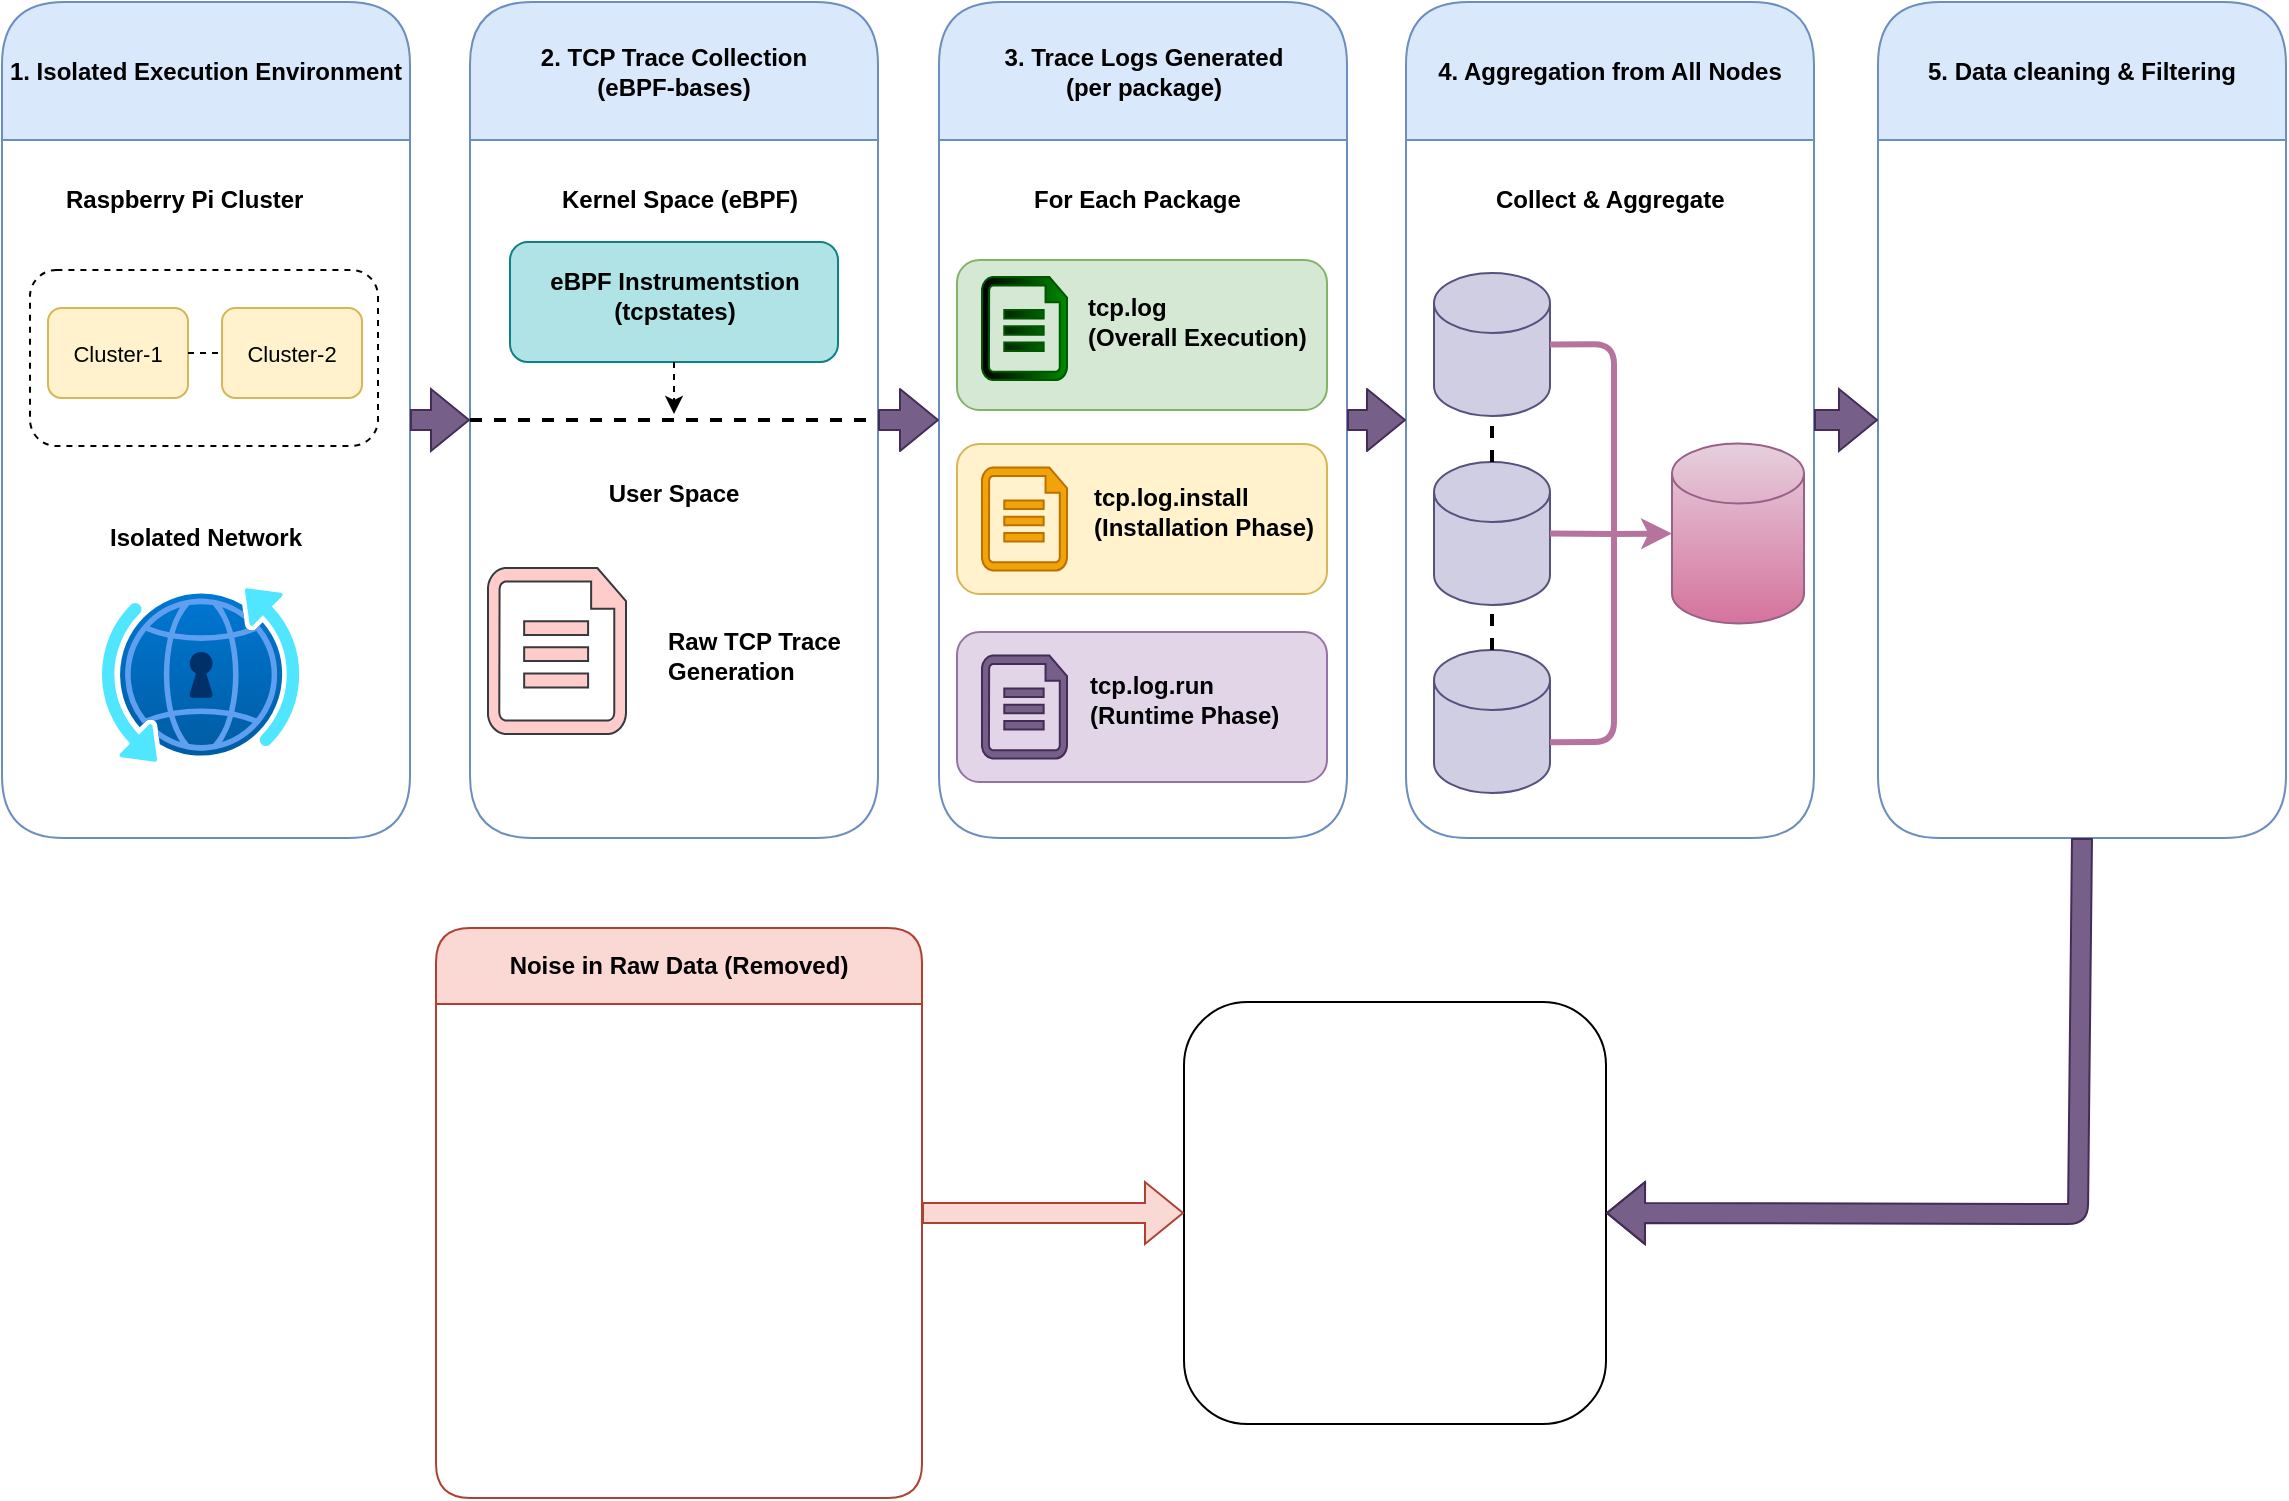
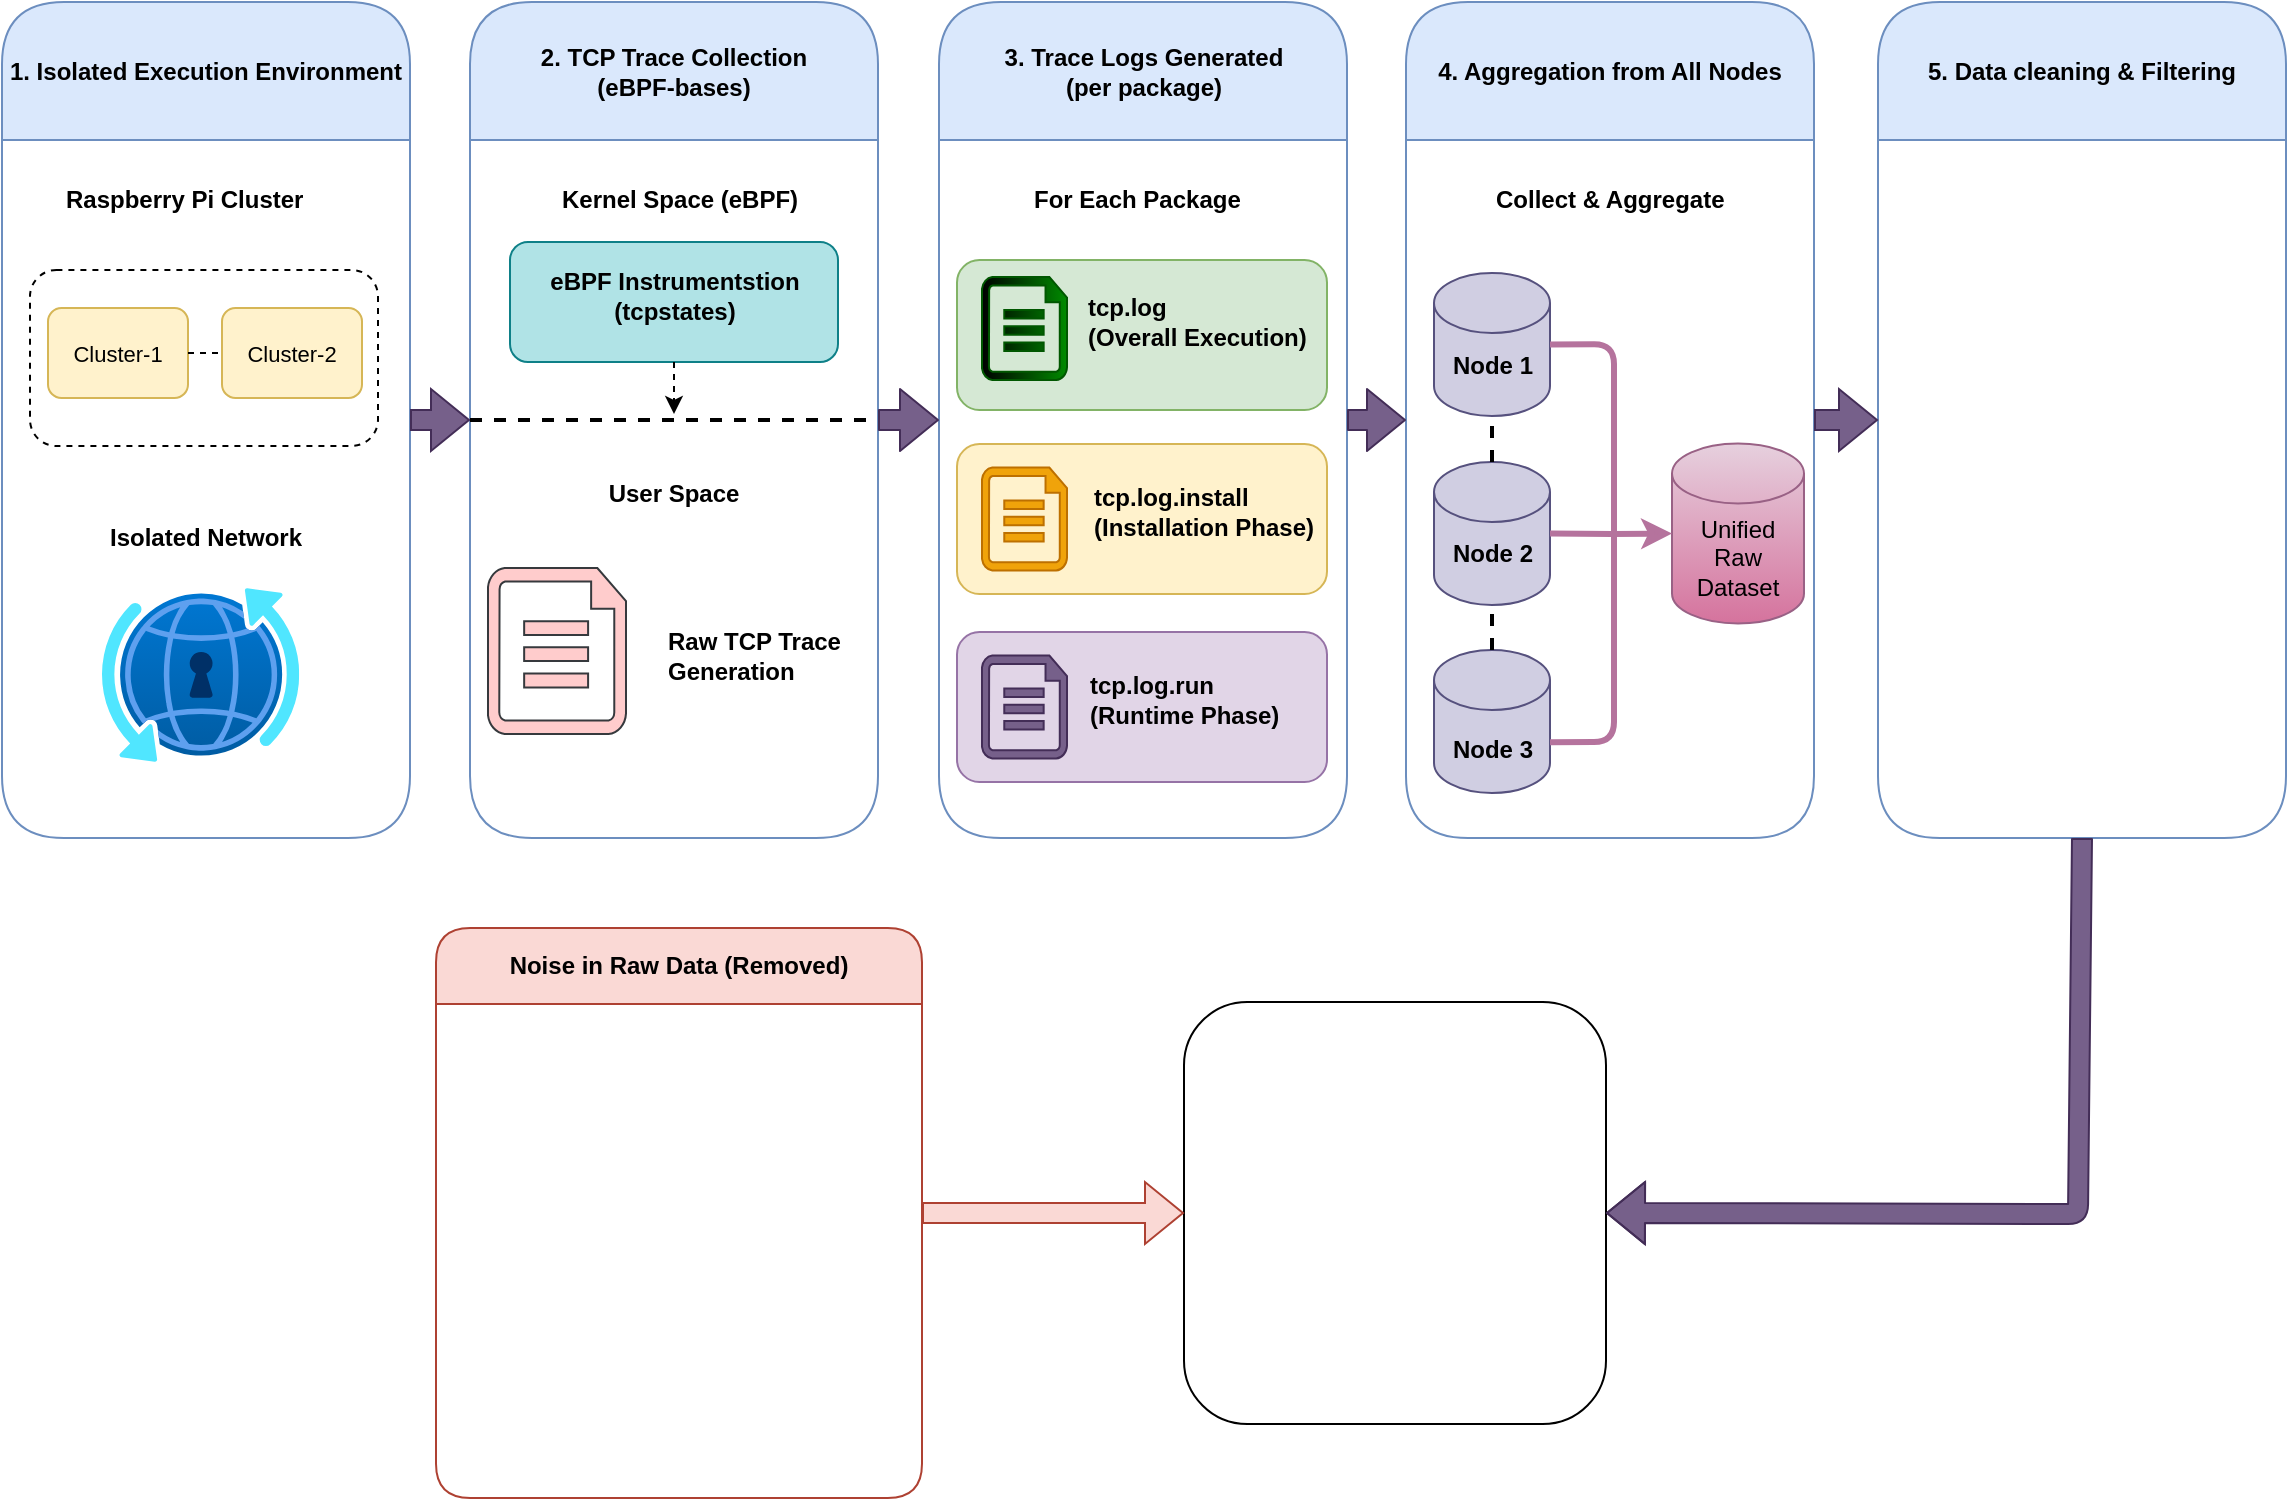
<mxfile host="app.diagrams.net">
  <diagram name="Page-1" id="8kyjSIY6fsYWo43MdOdE">
    <mxGraphModel dx="1406" dy="814" grid="0" gridSize="10" guides="1" tooltips="1" connect="1" arrows="1" fold="1" page="1" pageScale="1" pageWidth="1181" pageHeight="827" background="none" math="0" shadow="0">
      <root>
        <mxCell id="0" />
        <mxCell id="1" parent="0" />
        <mxCell id="yPxf8Ypyw46N0n0ri4En-1" parent="1" style="swimlane;whiteSpace=wrap;html=1;swimlaneFillColor=none;rounded=1;startSize=69;strokeColor=#6c8ebf;fillColor=#dae8fc;" value="1. Isolated Execution Environment" vertex="1">
          <mxGeometry height="418" width="204" x="20" y="29" as="geometry" />
        </mxCell>
        <mxCell id="9OX9V2n5WXdKuxMzRrJa-6" parent="yPxf8Ypyw46N0n0ri4En-1" style="text;strokeColor=none;fillColor=none;align=left;verticalAlign=middle;spacingLeft=4;spacingRight=4;overflow=hidden;points=[[0,0.5],[1,0.5]];portConstraint=eastwest;rotatable=0;whiteSpace=wrap;html=1;" value="&lt;b&gt;Raspberry Pi Cluster&lt;/b&gt;" vertex="1">
          <mxGeometry height="30" width="152" x="26" y="84" as="geometry" />
        </mxCell>
        <mxCell id="9OX9V2n5WXdKuxMzRrJa-7" parent="yPxf8Ypyw46N0n0ri4En-1" style="rounded=1;whiteSpace=wrap;html=1;dashed=1;" value="" vertex="1">
          <mxGeometry height="88" width="174" x="14" y="134" as="geometry" />
        </mxCell>
        <mxCell id="9OX9V2n5WXdKuxMzRrJa-8" parent="yPxf8Ypyw46N0n0ri4En-1" style="rounded=1;whiteSpace=wrap;html=1;fillColor=#fff2cc;strokeColor=#d6b656;" value="" vertex="1">
          <mxGeometry height="45" width="70" x="23" y="153" as="geometry" />
        </mxCell>
        <mxCell id="9OX9V2n5WXdKuxMzRrJa-9" parent="yPxf8Ypyw46N0n0ri4En-1" style="rounded=1;whiteSpace=wrap;html=1;fillColor=#fff2cc;strokeColor=#d6b656;" value="" vertex="1">
          <mxGeometry height="45" width="70" x="110" y="153" as="geometry" />
        </mxCell>
        <mxCell id="9OX9V2n5WXdKuxMzRrJa-10" parent="yPxf8Ypyw46N0n0ri4En-1" style="text;html=1;whiteSpace=wrap;strokeColor=none;fillColor=none;align=center;verticalAlign=middle;rounded=0;" value="&lt;font style=&quot;font-size: 11px;&quot;&gt;Cluster-1&lt;/font&gt;" vertex="1">
          <mxGeometry height="18.5" width="50" x="33" y="166.25" as="geometry" />
        </mxCell>
        <mxCell id="9OX9V2n5WXdKuxMzRrJa-11" parent="yPxf8Ypyw46N0n0ri4En-1" style="text;html=1;whiteSpace=wrap;strokeColor=none;fillColor=none;align=center;verticalAlign=middle;rounded=0;" value="&lt;font style=&quot;font-size: 11px;&quot;&gt;Cluster-2&lt;/font&gt;" vertex="1">
          <mxGeometry height="18.5" width="50" x="120" y="166.25" as="geometry" />
        </mxCell>
        <mxCell id="9OX9V2n5WXdKuxMzRrJa-12" edge="1" parent="yPxf8Ypyw46N0n0ri4En-1" source="9OX9V2n5WXdKuxMzRrJa-8" style="endArrow=none;html=1;rounded=0;exitX=1;exitY=0.5;exitDx=0;exitDy=0;entryX=0;entryY=0.5;entryDx=0;entryDy=0;dashed=1;" target="9OX9V2n5WXdKuxMzRrJa-9" value="">
          <mxGeometry height="50" relative="1" width="50" as="geometry">
            <mxPoint x="545" y="408" as="sourcePoint" />
            <mxPoint x="595" y="358" as="targetPoint" />
          </mxGeometry>
        </mxCell>
        <mxCell id="9OX9V2n5WXdKuxMzRrJa-14" parent="yPxf8Ypyw46N0n0ri4En-1" style="text;strokeColor=none;fillColor=none;align=left;verticalAlign=middle;spacingLeft=4;spacingRight=4;overflow=hidden;points=[[0,0.5],[1,0.5]];portConstraint=eastwest;rotatable=0;whiteSpace=wrap;html=1;" value="&lt;b&gt;Isolated Network&lt;/b&gt;" vertex="1">
          <mxGeometry height="30" width="109" x="47.5" y="253" as="geometry" />
        </mxCell>
        <mxCell id="9OX9V2n5WXdKuxMzRrJa-15" parent="yPxf8Ypyw46N0n0ri4En-1" style="image;aspect=fixed;html=1;points=[];align=center;fontSize=12;image=img/lib/azure2/networking/DNS_Private_Resolver.svg;" value="" vertex="1">
          <mxGeometry height="87" width="98.6" x="50" y="293" as="geometry" />
        </mxCell>
        <mxCell id="yPxf8Ypyw46N0n0ri4En-4" parent="1" style="swimlane;whiteSpace=wrap;html=1;swimlaneFillColor=none;rounded=1;startSize=69;strokeColor=#6c8ebf;fillColor=#dae8fc;" value="2. TCP Trace Collection&lt;div&gt;(eBPF-bases)&lt;/div&gt;" vertex="1">
          <mxGeometry height="418" width="204" x="254" y="29" as="geometry" />
        </mxCell>
        <mxCell id="9OX9V2n5WXdKuxMzRrJa-16" parent="yPxf8Ypyw46N0n0ri4En-4" style="text;strokeColor=none;fillColor=none;align=left;verticalAlign=middle;spacingLeft=4;spacingRight=4;overflow=hidden;points=[[0,0.5],[1,0.5]];portConstraint=eastwest;rotatable=0;whiteSpace=wrap;html=1;" value="&lt;b&gt;Kernel Space (eBPF)&lt;/b&gt;" vertex="1">
          <mxGeometry height="30" width="134" x="40" y="84" as="geometry" />
        </mxCell>
        <mxCell id="9OX9V2n5WXdKuxMzRrJa-20" parent="yPxf8Ypyw46N0n0ri4En-4" style="rounded=1;whiteSpace=wrap;html=1;fillColor=#b0e3e6;strokeColor=#0e8088;" value="" vertex="1">
          <mxGeometry height="60" width="164" x="20" y="120" as="geometry" />
        </mxCell>
        <mxCell id="9OX9V2n5WXdKuxMzRrJa-22" parent="yPxf8Ypyw46N0n0ri4En-4" style="text;html=1;whiteSpace=wrap;strokeColor=none;fillColor=none;align=center;verticalAlign=middle;rounded=0;" value="&lt;b&gt;eBPF Instrumentstion&lt;/b&gt;&lt;div&gt;&lt;b&gt;(tcpstates)&lt;/b&gt;&lt;/div&gt;" vertex="1">
          <mxGeometry height="35" width="133" x="35.5" y="129" as="geometry" />
        </mxCell>
        <mxCell id="9OX9V2n5WXdKuxMzRrJa-23" parent="yPxf8Ypyw46N0n0ri4En-4" style="text;html=1;whiteSpace=wrap;strokeColor=none;fillColor=none;align=center;verticalAlign=middle;rounded=0;" value="&lt;b&gt;User Space&lt;/b&gt;" vertex="1">
          <mxGeometry height="30" width="122" x="41" y="231" as="geometry" />
        </mxCell>
        <mxCell id="9OX9V2n5WXdKuxMzRrJa-24" parent="yPxf8Ypyw46N0n0ri4En-4" style="verticalLabelPosition=bottom;html=1;verticalAlign=top;align=center;shape=mxgraph.azure.cloud_services_configuration_file;pointerEvents=1;fillColor=#ffcccc;strokeColor=#36393d;" value="" vertex="1">
          <mxGeometry height="83" width="69" x="9" y="283" as="geometry" />
        </mxCell>
        <mxCell id="9OX9V2n5WXdKuxMzRrJa-26" parent="yPxf8Ypyw46N0n0ri4En-4" style="text;strokeColor=none;fillColor=none;align=left;verticalAlign=middle;spacingLeft=4;spacingRight=4;overflow=hidden;points=[[0,0.5],[1,0.5]];portConstraint=eastwest;rotatable=0;whiteSpace=wrap;html=1;" value="&lt;b&gt;Raw TCP Trace&lt;/b&gt;&lt;div&gt;&lt;b&gt;Generation&lt;/b&gt;&lt;/div&gt;" vertex="1">
          <mxGeometry height="74" width="99" x="93" y="290" as="geometry" />
        </mxCell>
        <mxCell id="yPxf8Ypyw46N0n0ri4En-5" parent="1" style="swimlane;whiteSpace=wrap;html=1;swimlaneFillColor=none;rounded=1;startSize=69;strokeColor=#6c8ebf;fillColor=#dae8fc;" value="3. Trace Logs Generated&lt;div&gt;(per package)&lt;/div&gt;" vertex="1">
          <mxGeometry height="418" width="204" x="488.5" y="29" as="geometry" />
        </mxCell>
        <mxCell id="9OX9V2n5WXdKuxMzRrJa-17" parent="yPxf8Ypyw46N0n0ri4En-5" style="text;strokeColor=none;fillColor=none;align=left;verticalAlign=middle;spacingLeft=4;spacingRight=4;overflow=hidden;points=[[0,0.5],[1,0.5]];portConstraint=eastwest;rotatable=0;whiteSpace=wrap;html=1;" value="&lt;b&gt;For Each Package&lt;/b&gt;" vertex="1">
          <mxGeometry height="30" width="121.5" x="41.5" y="84" as="geometry" />
        </mxCell>
        <mxCell id="9OX9V2n5WXdKuxMzRrJa-27" parent="yPxf8Ypyw46N0n0ri4En-5" style="rounded=1;whiteSpace=wrap;html=1;fillColor=#d5e8d4;strokeColor=#82b366;" value="" vertex="1">
          <mxGeometry height="75" width="185" x="9" y="129" as="geometry" />
        </mxCell>
        <mxCell id="9OX9V2n5WXdKuxMzRrJa-28" parent="yPxf8Ypyw46N0n0ri4En-5" style="rounded=1;whiteSpace=wrap;html=1;fillColor=#fff2cc;strokeColor=#d6b656;" value="" vertex="1">
          <mxGeometry height="75" width="185" x="9" y="221" as="geometry" />
        </mxCell>
        <mxCell id="9OX9V2n5WXdKuxMzRrJa-29" parent="yPxf8Ypyw46N0n0ri4En-5" style="rounded=1;whiteSpace=wrap;html=1;fillColor=#e1d5e7;strokeColor=#9673a6;" value="" vertex="1">
          <mxGeometry height="75" width="185" x="9" y="315" as="geometry" />
        </mxCell>
        <mxCell id="9OX9V2n5WXdKuxMzRrJa-31" parent="yPxf8Ypyw46N0n0ri4En-5" style="verticalLabelPosition=bottom;html=1;verticalAlign=top;align=center;strokeColor=#005700;fillColor=#008a00;shape=mxgraph.azure.cloud_services_configuration_file;pointerEvents=1;fontColor=#ffffff;shadow=0;gradientColor=default;gradientDirection=west;" value="" vertex="1">
          <mxGeometry height="51.5" width="42.5" x="21.5" y="137.5" as="geometry" />
        </mxCell>
        <mxCell id="9OX9V2n5WXdKuxMzRrJa-32" parent="yPxf8Ypyw46N0n0ri4En-5" style="verticalLabelPosition=bottom;html=1;verticalAlign=top;align=center;strokeColor=#BD7000;fillColor=#f0a30a;shape=mxgraph.azure.cloud_services_configuration_file;pointerEvents=1;fontColor=#000000;shadow=0;gradientDirection=west;" value="" vertex="1">
          <mxGeometry height="51.5" width="42.5" x="21.5" y="232.75" as="geometry" />
        </mxCell>
        <mxCell id="9OX9V2n5WXdKuxMzRrJa-33" parent="yPxf8Ypyw46N0n0ri4En-5" style="verticalLabelPosition=bottom;html=1;verticalAlign=top;align=center;strokeColor=#432D57;fillColor=#76608a;shape=mxgraph.azure.cloud_services_configuration_file;pointerEvents=1;fontColor=#ffffff;shadow=0;gradientDirection=west;" value="" vertex="1">
          <mxGeometry height="51.5" width="42.5" x="21.5" y="326.75" as="geometry" />
        </mxCell>
        <mxCell id="9OX9V2n5WXdKuxMzRrJa-34" parent="yPxf8Ypyw46N0n0ri4En-5" style="text;strokeColor=none;fillColor=none;align=left;verticalAlign=middle;spacingLeft=4;spacingRight=4;overflow=hidden;points=[[0,0.5],[1,0.5]];portConstraint=eastwest;rotatable=0;whiteSpace=wrap;html=1;" value="&lt;b&gt;tcp.log&lt;/b&gt;&lt;div&gt;&lt;b&gt;(Overall Execution)&lt;/b&gt;&lt;/div&gt;" vertex="1">
          <mxGeometry height="44" width="122" x="68" y="137.5" as="geometry" />
        </mxCell>
        <mxCell id="9OX9V2n5WXdKuxMzRrJa-35" parent="yPxf8Ypyw46N0n0ri4En-5" style="text;strokeColor=none;fillColor=none;align=left;verticalAlign=middle;spacingLeft=4;spacingRight=4;overflow=hidden;points=[[0,0.5],[1,0.5]];portConstraint=eastwest;rotatable=0;whiteSpace=wrap;html=1;" value="&lt;b&gt;tcp.log.install&lt;/b&gt;&lt;div&gt;&lt;b&gt;(Installation Phase)&lt;/b&gt;&lt;/div&gt;" vertex="1">
          <mxGeometry height="44" width="121" x="71" y="232.75" as="geometry" />
        </mxCell>
        <mxCell id="9OX9V2n5WXdKuxMzRrJa-36" parent="yPxf8Ypyw46N0n0ri4En-5" style="text;strokeColor=none;fillColor=none;align=left;verticalAlign=middle;spacingLeft=4;spacingRight=4;overflow=hidden;points=[[0,0.5],[1,0.5]];portConstraint=eastwest;rotatable=0;whiteSpace=wrap;html=1;" value="&lt;b&gt;tcp.log.run&lt;/b&gt;&lt;div&gt;&lt;b&gt;(Runtime Phase)&lt;/b&gt;&lt;/div&gt;" vertex="1">
          <mxGeometry height="44" width="119" x="69" y="326.75" as="geometry" />
        </mxCell>
        <mxCell id="yPxf8Ypyw46N0n0ri4En-6" parent="1" style="swimlane;whiteSpace=wrap;html=1;swimlaneFillColor=none;rounded=1;startSize=69;strokeColor=#6c8ebf;fillColor=#dae8fc;" value="4. Aggregation from All Nodes" vertex="1">
          <mxGeometry height="418" width="204" x="722" y="29" as="geometry" />
        </mxCell>
        <mxCell id="9OX9V2n5WXdKuxMzRrJa-37" parent="yPxf8Ypyw46N0n0ri4En-6" style="text;strokeColor=none;fillColor=none;align=left;verticalAlign=middle;spacingLeft=4;spacingRight=4;overflow=hidden;points=[[0,0.5],[1,0.5]];portConstraint=eastwest;rotatable=0;whiteSpace=wrap;html=1;" value="&lt;b&gt;Collect &amp;amp; Aggregate&lt;/b&gt;" vertex="1">
          <mxGeometry height="30" width="125.75" x="39.13" y="84" as="geometry" />
        </mxCell>
        <mxCell id="9OX9V2n5WXdKuxMzRrJa-38" parent="yPxf8Ypyw46N0n0ri4En-6" style="shape=cylinder3;whiteSpace=wrap;html=1;boundedLbl=1;backgroundOutline=1;size=15;fillColor=#d0cee2;strokeColor=#56517e;" value="" vertex="1">
          <mxGeometry height="71.5" width="58" x="14" y="135.5" as="geometry" />
        </mxCell>
        <mxCell id="9OX9V2n5WXdKuxMzRrJa-44" parent="yPxf8Ypyw46N0n0ri4En-6" style="shape=cylinder3;whiteSpace=wrap;html=1;boundedLbl=1;backgroundOutline=1;size=15;fillColor=#d0cee2;strokeColor=#56517e;" value="" vertex="1">
          <mxGeometry height="71.5" width="58" x="14" y="230" as="geometry" />
        </mxCell>
        <mxCell id="9OX9V2n5WXdKuxMzRrJa-45" parent="yPxf8Ypyw46N0n0ri4En-6" style="shape=cylinder3;whiteSpace=wrap;html=1;boundedLbl=1;backgroundOutline=1;size=15;fillColor=#d0cee2;strokeColor=#56517e;" value="" vertex="1">
          <mxGeometry height="71.5" width="58" x="14" y="324" as="geometry" />
        </mxCell>
        <mxCell id="9OX9V2n5WXdKuxMzRrJa-46" edge="1" parent="yPxf8Ypyw46N0n0ri4En-6" source="9OX9V2n5WXdKuxMzRrJa-44" style="endArrow=none;html=1;rounded=0;entryX=0.5;entryY=1;entryDx=0;entryDy=0;entryPerimeter=0;exitX=0.5;exitY=0;exitDx=0;exitDy=0;exitPerimeter=0;dashed=1;strokeWidth=2;" target="9OX9V2n5WXdKuxMzRrJa-38" value="">
          <mxGeometry height="50" relative="1" width="50" as="geometry">
            <mxPoint x="-154" y="387" as="sourcePoint" />
            <mxPoint x="-104" y="337" as="targetPoint" />
          </mxGeometry>
        </mxCell>
        <mxCell id="9OX9V2n5WXdKuxMzRrJa-47" edge="1" parent="yPxf8Ypyw46N0n0ri4En-6" source="9OX9V2n5WXdKuxMzRrJa-45" style="endArrow=none;html=1;rounded=0;entryX=0.5;entryY=1;entryDx=0;entryDy=0;entryPerimeter=0;exitX=0.5;exitY=0;exitDx=0;exitDy=0;exitPerimeter=0;dashed=1;strokeWidth=2;" target="9OX9V2n5WXdKuxMzRrJa-44" value="">
          <mxGeometry height="50" relative="1" width="50" as="geometry">
            <mxPoint x="-154" y="387" as="sourcePoint" />
            <mxPoint x="-104" y="337" as="targetPoint" />
          </mxGeometry>
        </mxCell>
        <mxCell id="9OX9V2n5WXdKuxMzRrJa-48" parent="yPxf8Ypyw46N0n0ri4En-6" style="shape=cylinder3;whiteSpace=wrap;html=1;boundedLbl=1;backgroundOutline=1;size=15;fillColor=#e6d0de;strokeColor=#996185;gradientColor=#d5739d;" value="" vertex="1">
          <mxGeometry height="90" width="66" x="133" y="220.75" as="geometry" />
        </mxCell>
        <mxCell id="9OX9V2n5WXdKuxMzRrJa-49" edge="1" parent="yPxf8Ypyw46N0n0ri4En-6" source="9OX9V2n5WXdKuxMzRrJa-45" style="endArrow=none;html=1;rounded=1;entryX=1;entryY=0.5;entryDx=0;entryDy=0;entryPerimeter=0;exitX=1;exitY=0;exitDx=0;exitDy=46.125;exitPerimeter=0;strokeWidth=3;curved=0;strokeColor=#B5739D;" target="9OX9V2n5WXdKuxMzRrJa-38" value="">
          <mxGeometry height="50" relative="1" width="50" as="geometry">
            <Array as="points">
              <mxPoint x="104" y="370" />
              <mxPoint x="104" y="171" />
            </Array>
            <mxPoint x="-154" y="387" as="sourcePoint" />
            <mxPoint x="-104" y="337" as="targetPoint" />
          </mxGeometry>
        </mxCell>
        <mxCell id="9OX9V2n5WXdKuxMzRrJa-54" edge="1" parent="yPxf8Ypyw46N0n0ri4En-6" source="9OX9V2n5WXdKuxMzRrJa-44" style="endArrow=none;html=1;rounded=0;exitX=1;exitY=0.5;exitDx=0;exitDy=0;exitPerimeter=0;strokeWidth=3;strokeColor=#B5739D;" value="">
          <mxGeometry height="50" relative="1" width="50" as="geometry">
            <mxPoint x="-154" y="389" as="sourcePoint" />
            <mxPoint x="103" y="266" as="targetPoint" />
          </mxGeometry>
        </mxCell>
+         <mxCell id="9OX9V2n5WXdKuxMzRrJa-56" parent="yPxf8Ypyw46N0n0ri4En-6" style="text;html=1;whiteSpace=wrap;strokeColor=none;fillColor=none;align=center;verticalAlign=middle;rounded=0;" value="&lt;b&gt;Node 1&lt;/b&gt;" vertex="1">
+           <mxGeometry height="24.5" width="47" x="19.5" y="170" as="geometry" />
+         </mxCell>
+         <mxCell id="9OX9V2n5WXdKuxMzRrJa-57" parent="yPxf8Ypyw46N0n0ri4En-6" style="text;html=1;whiteSpace=wrap;strokeColor=none;fillColor=none;align=center;verticalAlign=middle;rounded=0;" value="&lt;b&gt;Node 2&lt;/b&gt;" vertex="1">
+           <mxGeometry height="24.5" width="47" x="19.5" y="264" as="geometry" />
+         </mxCell>
+         <mxCell id="9OX9V2n5WXdKuxMzRrJa-58" parent="yPxf8Ypyw46N0n0ri4En-6" style="text;html=1;whiteSpace=wrap;strokeColor=none;fillColor=none;align=center;verticalAlign=middle;rounded=0;" value="&lt;b&gt;Node 3&lt;/b&gt;" vertex="1">
+           <mxGeometry height="24.5" width="47" x="19.5" y="362" as="geometry" />
+         </mxCell>
+         <mxCell id="9OX9V2n5WXdKuxMzRrJa-59" parent="yPxf8Ypyw46N0n0ri4En-6" style="text;html=1;whiteSpace=wrap;strokeColor=none;fillColor=none;align=center;verticalAlign=middle;rounded=0;" value="Unified&lt;div&gt;Raw Dataset&lt;/div&gt;" vertex="1">
+           <mxGeometry height="47.25" width="52" x="140" y="254.25" as="geometry" />
+         </mxCell>
        <mxCell id="yPxf8Ypyw46N0n0ri4En-7" parent="1" style="swimlane;whiteSpace=wrap;html=1;swimlaneFillColor=none;rounded=1;startSize=69;strokeColor=#6c8ebf;fillColor=#dae8fc;" value="5. Data cleaning &amp;amp; Filtering" vertex="1">
          <mxGeometry height="418" width="204" x="958" y="29" as="geometry" />
        </mxCell>
        <mxCell id="yPxf8Ypyw46N0n0ri4En-8" parent="1" style="whiteSpace=wrap;html=1;aspect=fixed;rounded=1;strokeWidth=1;" value="" vertex="1">
          <mxGeometry height="211" width="211" x="611" y="529" as="geometry" />
        </mxCell>
        <mxCell id="yPxf8Ypyw46N0n0ri4En-9" edge="1" parent="1" source="yPxf8Ypyw46N0n0ri4En-7" style="endArrow=classic;html=1;rounded=1;exitX=0.5;exitY=1;exitDx=0;exitDy=0;entryX=1;entryY=0.5;entryDx=0;entryDy=0;shape=flexArrow;strokeWidth=1;strokeColor=#432D57;fillColor=#76608a;" target="yPxf8Ypyw46N0n0ri4En-8" value="">
          <mxGeometry height="50" relative="1" width="50" as="geometry">
            <Array as="points">
              <mxPoint x="1058" y="635" />
            </Array>
            <mxPoint x="567" y="544" as="sourcePoint" />
            <mxPoint x="617" y="494" as="targetPoint" />
          </mxGeometry>
        </mxCell>
        <mxCell id="yPxf8Ypyw46N0n0ri4En-10" edge="1" parent="1" source="yPxf8Ypyw46N0n0ri4En-4" style="endArrow=classic;html=1;rounded=1;exitX=1;exitY=0.5;exitDx=0;exitDy=0;entryX=0;entryY=0.5;entryDx=0;entryDy=0;shape=flexArrow;fillColor=#76608a;strokeColor=#432D57;" target="yPxf8Ypyw46N0n0ri4En-5" value="">
          <mxGeometry height="50" relative="1" width="50" as="geometry">
            <mxPoint x="567" y="444" as="sourcePoint" />
            <mxPoint x="617" y="394" as="targetPoint" />
          </mxGeometry>
        </mxCell>
        <mxCell id="9OX9V2n5WXdKuxMzRrJa-1" edge="1" parent="1" source="yPxf8Ypyw46N0n0ri4En-5" style="endArrow=classic;html=1;rounded=1;exitX=1;exitY=0.5;exitDx=0;exitDy=0;entryX=0;entryY=0.5;entryDx=0;entryDy=0;shape=flexArrow;fillColor=#76608a;strokeColor=#432D57;" target="yPxf8Ypyw46N0n0ri4En-6" value="">
          <mxGeometry height="50" relative="1" width="50" as="geometry">
            <mxPoint x="565" y="444" as="sourcePoint" />
            <mxPoint x="615" y="394" as="targetPoint" />
          </mxGeometry>
        </mxCell>
        <mxCell id="9OX9V2n5WXdKuxMzRrJa-2" edge="1" parent="1" source="yPxf8Ypyw46N0n0ri4En-6" style="endArrow=classic;html=1;rounded=0;exitX=1;exitY=0.5;exitDx=0;exitDy=0;entryX=0;entryY=0.5;entryDx=0;entryDy=0;shape=flexArrow;fillColor=#76608a;strokeColor=#432D57;" target="yPxf8Ypyw46N0n0ri4En-7" value="">
          <mxGeometry height="50" relative="1" width="50" as="geometry">
            <mxPoint x="565" y="444" as="sourcePoint" />
            <mxPoint x="615" y="394" as="targetPoint" />
          </mxGeometry>
        </mxCell>
        <mxCell id="9OX9V2n5WXdKuxMzRrJa-3" edge="1" parent="1" source="yPxf8Ypyw46N0n0ri4En-1" style="endArrow=classic;html=1;rounded=0;exitX=1;exitY=0.5;exitDx=0;exitDy=0;entryX=0;entryY=0.5;entryDx=0;entryDy=0;shape=flexArrow;fillColor=#76608a;strokeColor=#432D57;" target="yPxf8Ypyw46N0n0ri4En-4" value="">
          <mxGeometry height="50" relative="1" width="50" as="geometry">
            <mxPoint x="565" y="444" as="sourcePoint" />
            <mxPoint x="615" y="394" as="targetPoint" />
          </mxGeometry>
        </mxCell>
        <mxCell id="9OX9V2n5WXdKuxMzRrJa-4" parent="1" style="swimlane;whiteSpace=wrap;html=1;startSize=38;rounded=1;fillColor=#fad9d5;strokeColor=#ae4132;" value="Noise in Raw Data (Removed)" vertex="1">
          <mxGeometry height="285" width="243" x="237" y="492" as="geometry" />
        </mxCell>
        <mxCell id="9OX9V2n5WXdKuxMzRrJa-5" edge="1" parent="1" source="9OX9V2n5WXdKuxMzRrJa-4" style="endArrow=classic;html=1;rounded=0;exitX=1;exitY=0.5;exitDx=0;exitDy=0;entryX=0;entryY=0.5;entryDx=0;entryDy=0;shape=flexArrow;fillColor=#fad9d5;strokeColor=#ae4132;" target="yPxf8Ypyw46N0n0ri4En-8" value="">
          <mxGeometry height="50" relative="1" width="50" as="geometry">
            <mxPoint x="565" y="437" as="sourcePoint" />
            <mxPoint x="615" y="387" as="targetPoint" />
          </mxGeometry>
        </mxCell>
        <mxCell id="9OX9V2n5WXdKuxMzRrJa-19" edge="1" parent="1" source="yPxf8Ypyw46N0n0ri4En-4" style="endArrow=none;dashed=1;html=1;rounded=0;exitX=0;exitY=0.5;exitDx=0;exitDy=0;entryX=1;entryY=0.5;entryDx=0;entryDy=0;strokeWidth=2;" target="yPxf8Ypyw46N0n0ri4En-4" value="">
          <mxGeometry height="50" relative="1" width="50" as="geometry">
            <mxPoint x="565" y="430" as="sourcePoint" />
            <mxPoint x="460" y="240" as="targetPoint" />
          </mxGeometry>
        </mxCell>
        <mxCell id="9OX9V2n5WXdKuxMzRrJa-21" edge="1" parent="1" source="9OX9V2n5WXdKuxMzRrJa-20" style="endArrow=classic;html=1;rounded=0;exitX=0.5;exitY=1;exitDx=0;exitDy=0;dashed=1;" value="">
          <mxGeometry height="50" relative="1" width="50" as="geometry">
            <mxPoint x="565" y="430" as="sourcePoint" />
            <mxPoint x="356" y="235" as="targetPoint" />
          </mxGeometry>
        </mxCell>
        <mxCell id="9OX9V2n5WXdKuxMzRrJa-55" edge="1" parent="1" style="endArrow=classic;html=1;rounded=0;entryX=0;entryY=0.5;entryDx=0;entryDy=0;entryPerimeter=0;strokeColor=#B5739D;strokeWidth=3;" target="9OX9V2n5WXdKuxMzRrJa-48" value="">
          <mxGeometry height="50" relative="1" width="50" as="geometry">
            <mxPoint x="825" y="295" as="sourcePoint" />
            <mxPoint x="618" y="368" as="targetPoint" />
          </mxGeometry>
        </mxCell>
      </root>
    </mxGraphModel>
  </diagram>
</mxfile>
